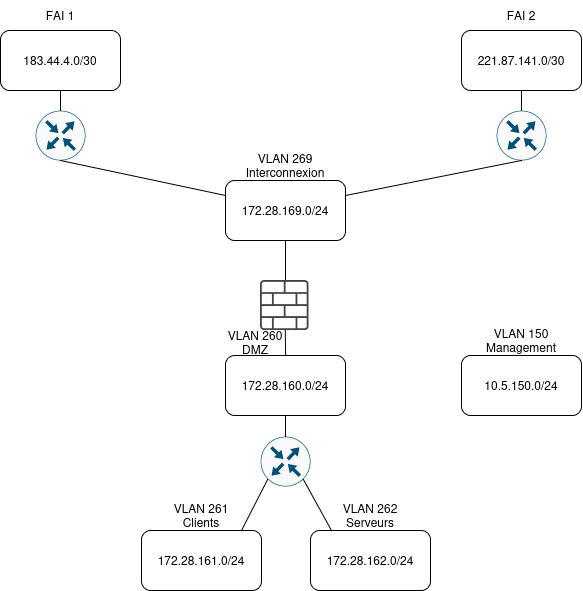
Earlier version of the draw.io export docs/assets/infra.drawio.png (DSISportLudique/SportLudique2Doc). Source tidied: cells renumbered, new cells last; positions are measured from the earlier drawing's top-left corner, leaving out a move shared by most shapes.
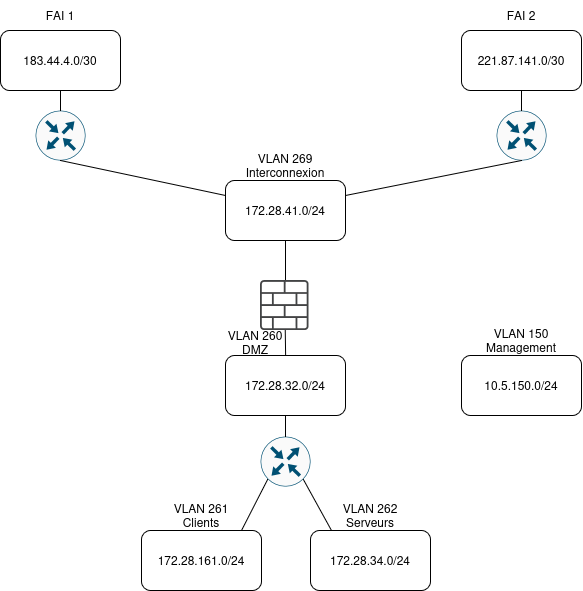
After the commit.

Commit message:
SwitchSSH + infra schéma

The edit, as a diff of the source:
```diff
@@ -8,7 +8,7 @@
     <mxCell id="3" value="221.87.141.0/30" style="rounded=1;whiteSpace=wrap;html=1;" parent="1" vertex="1">
       <mxGeometry x="461" y="30" width="120" height="60" as="geometry" />
     </mxCell>
-    <mxCell id="4" value="172.28.169.0/24" style="rounded=1;whiteSpace=wrap;html=1;" parent="1" vertex="1">
+    <mxCell id="4" value="172.28.41.0/24" style="rounded=1;whiteSpace=wrap;html=1;" parent="1" vertex="1">
       <mxGeometry x="225" y="180" width="120" height="60" as="geometry" />
     </mxCell>
     <mxCell id="5" style="sketch=0;points=[[0.5,0,0],[1,0.5,0],[0.5,1,0],[0,0.5,0],[0.145,0.145,0],[0.8555,0.145,0],[0.855,0.8555,0],[0.145,0.855,0]];verticalLabelPosition=bottom;html=1;verticalAlign=top;align=center;shape=mxgraph.cisco19.rect;prIcon=router;fillColor=#FAFAFA;strokeColor=#005073;" parent="1" vertex="1">
@@ -37,7 +37,7 @@
         <mxPoint x="285" y="280" as="sourcePoint" />
       </mxGeometry>
     </mxCell>
-    <mxCell id="13" value="172.28.160.0/24" style="rounded=1;whiteSpace=wrap;html=1;" parent="1" vertex="1">
+    <mxCell id="13" value="172.28.32.0/24" style="rounded=1;whiteSpace=wrap;html=1;" parent="1" vertex="1">
       <mxGeometry x="225" y="355" width="120" height="60" as="geometry" />
     </mxCell>
     <mxCell id="14" style="sketch=0;shadow=0;dashed=0;html=1;strokeColor=none;fillColor=#434445;labelPosition=center;verticalLabelPosition=bottom;verticalAlign=top;align=center;outlineConnect=0;shape=mxgraph.vvd.logical_firewall;" parent="1" vertex="1">
@@ -62,7 +62,7 @@
     <mxCell id="19" value="172.28.161.0/24" style="rounded=1;whiteSpace=wrap;html=1;" parent="1" vertex="1">
       <mxGeometry x="141" y="530" width="120" height="60" as="geometry" />
     </mxCell>
-    <mxCell id="20" value="172.28.162.0/24" style="rounded=1;whiteSpace=wrap;html=1;" parent="1" vertex="1">
+    <mxCell id="20" value="172.28.34.0/24" style="rounded=1;whiteSpace=wrap;html=1;" parent="1" vertex="1">
       <mxGeometry x="310" y="530" width="120" height="60" as="geometry" />
     </mxCell>
     <mxCell id="21" value="10.5.150.0/24" style="rounded=1;whiteSpace=wrap;html=1;" parent="1" vertex="1">
```
